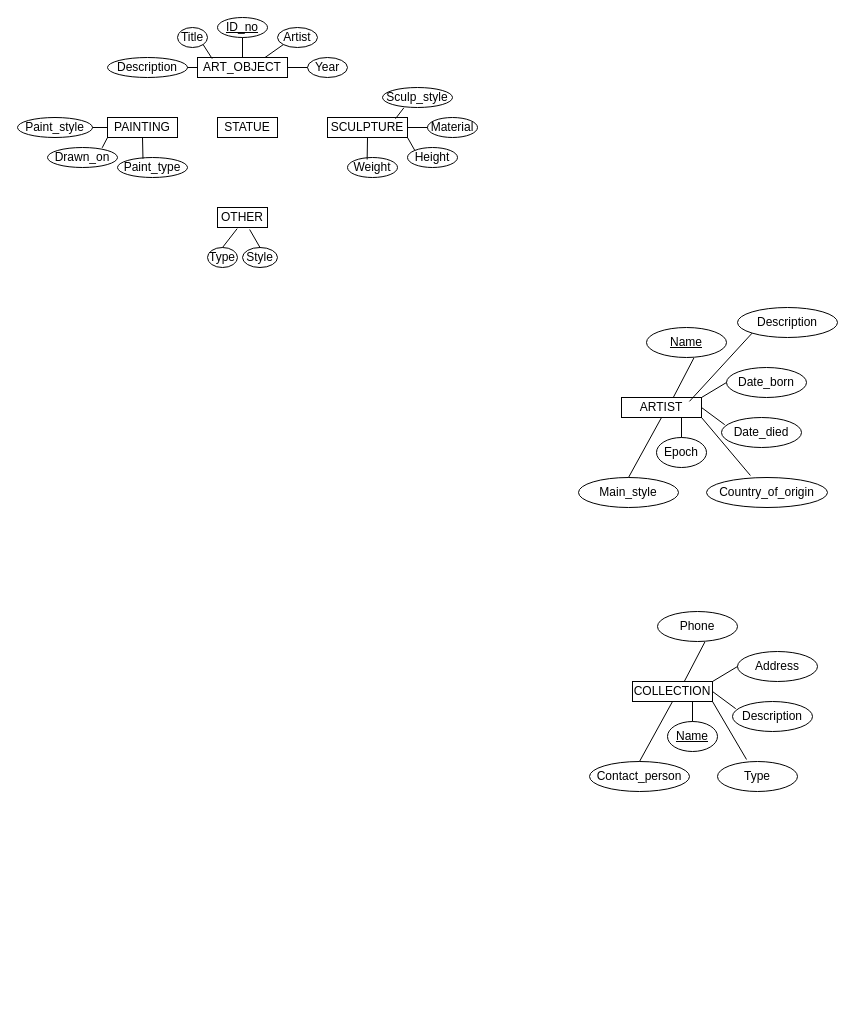
Above: .github/Untitled Diagram.drawio in Maan-Khedr-ENSF-300/museum-project-chantae-katherine (draw.io), before the change. Source tidied: cells renumbered, new cells numbered last; positions are measured from the earlier drawing's top-left corner, leaving out a move shared by most shapes. Both pictures are drawn from the tidied source at 100%, with x=0, y=0 at pixel (17, 17).
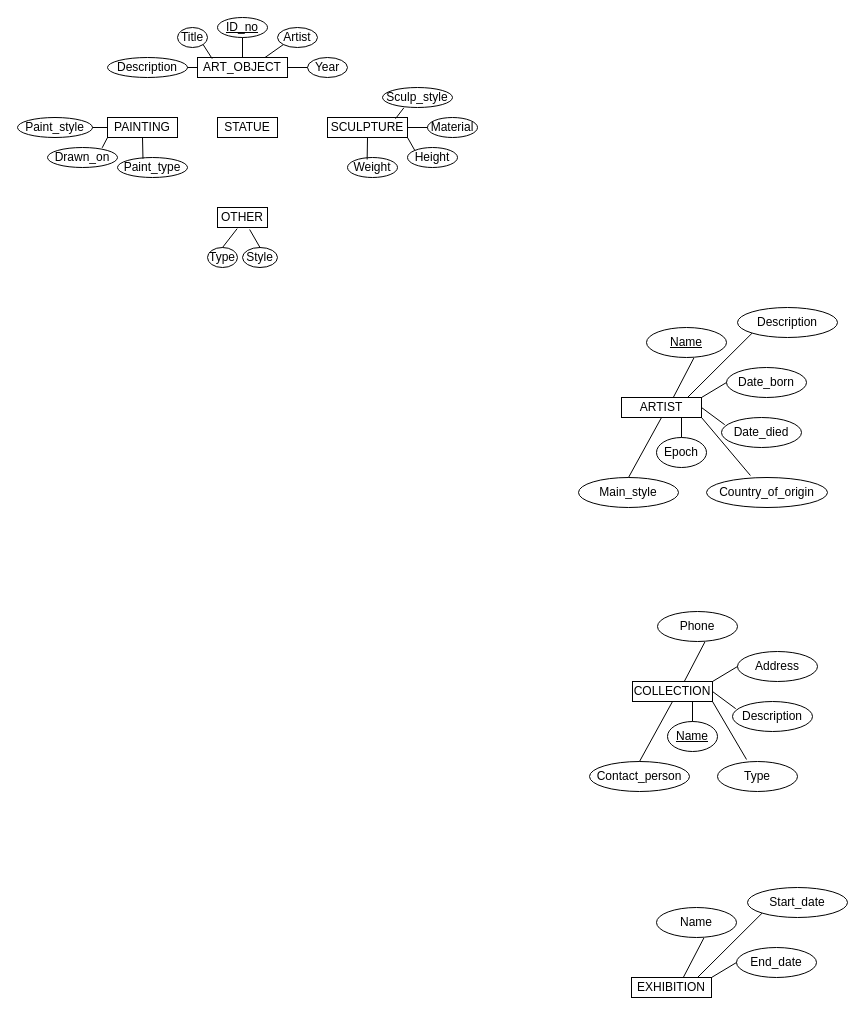
Above is the later version.

Commit message:
Add EXHIBITION entity

The change refers to these unchanged cells:
```xml
<mxCell id="48" value="ARTIST" style="rounded=0;whiteSpace=wrap;html=1;" parent="1" vertex="1">
  <mxGeometry x="604" y="380" width="80" height="20" as="geometry" />
</mxCell>
<mxCell id="61" value="Description" style="ellipse;whiteSpace=wrap;html=1;align=center;" parent="1" vertex="1">
  <mxGeometry x="720" y="290" width="100" height="30" as="geometry" />
</mxCell>
```

The edit, as a diff of the source:
```diff
@@
-    <mxCell id="62" style="endArrow=none;html=1;rounded=0;exitX=0.849;exitY=0.196;exitDx=0;exitDy=0;exitPerimeter=0;entryX=0;entryY=1;entryDx=0;entryDy=0;" parent="1" edge="1" source="48" target="61">
-      <mxGeometry relative="1" as="geometry" />
+    <mxCell id="62" style="endArrow=none;html=1;rounded=0;entryX=0;entryY=1;entryDx=0;entryDy=0;" parent="1" edge="1" target="61">
+      <mxGeometry relative="1" as="geometry">
+        <mxPoint x="670" y="380" as="sourcePoint" />
+      </mxGeometry>
     </mxCell>
+    <mxCell id="63" value="EXHIBITION" style="rounded=0;whiteSpace=wrap;html=1;" parent="1" vertex="1">
+      <mxGeometry x="614" y="960" width="80" height="20" as="geometry" />
+    </mxCell>
+    <mxCell id="64" value="Name" style="ellipse;whiteSpace=wrap;html=1;align=center;" parent="1" vertex="1">
+      <mxGeometry x="639" y="890" width="80" height="30" as="geometry" />
+    </mxCell>
+    <mxCell id="65" value="End_date" style="ellipse;whiteSpace=wrap;html=1;align=center;" parent="1" vertex="1">
+      <mxGeometry x="719" y="930" width="80" height="30" as="geometry" />
+    </mxCell>
+    <mxCell id="66" style="endArrow=none;html=1;rounded=0;exitX=0.644;exitY=0.025;exitDx=0;exitDy=0;exitPerimeter=0;entryX=0.592;entryY=1.017;entryDx=0;entryDy=0;entryPerimeter=0;" parent="1" edge="1" source="63" target="64">
+      <mxGeometry relative="1" as="geometry" />
+    </mxCell>
+    <mxCell id="67" style="endArrow=none;html=1;rounded=0;exitX=1;exitY=0;exitDx=0;exitDy=0;entryX=0;entryY=0.5;entryDx=0;entryDy=0;" parent="1" edge="1" source="63" target="65">
+      <mxGeometry relative="1" as="geometry" />
+    </mxCell>
+    <mxCell id="68" value="Start_date" style="ellipse;whiteSpace=wrap;html=1;align=center;" parent="1" vertex="1">
+      <mxGeometry x="730" y="870" width="100" height="30" as="geometry" />
+    </mxCell>
+    <mxCell id="69" style="endArrow=none;html=1;rounded=0;entryX=0;entryY=1;entryDx=0;entryDy=0;" parent="1" edge="1" target="68">
+      <mxGeometry relative="1" as="geometry">
+        <mxPoint x="680" y="960" as="sourcePoint" />
+      </mxGeometry>
+    </mxCell>
```
